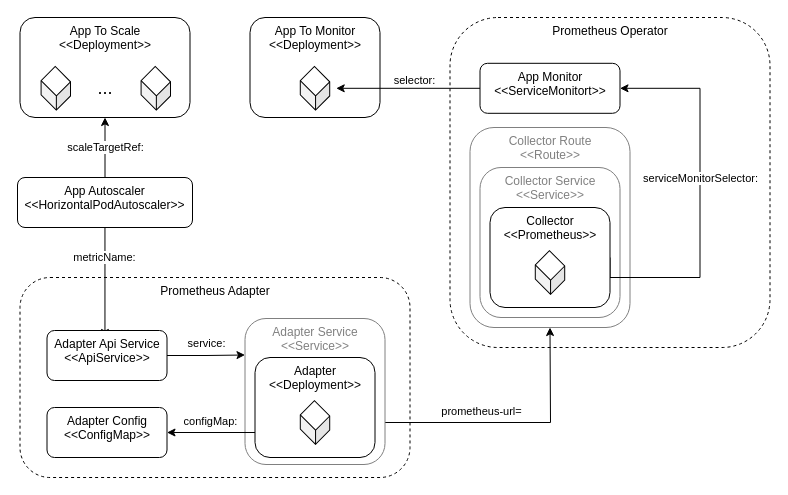
This is Neo4j/Neo4j-Prometheus/Documentation/CustomMetricAutoscaling.drawio from faber03/ProjectTesi, a draw.io file, before an edit. Source tidied: cells renumbered, new cells numbered last; positions are measured from the earlier drawing's top-left corner, leaving out a move shared by most shapes. Both pictures are drawn from the tidied source at 100%, with x=0, y=0 at pixel (17, 17).
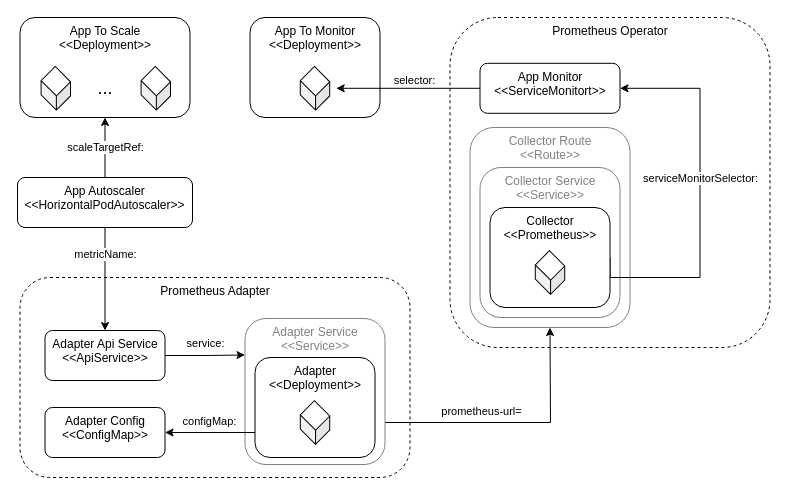
The same page after the edit.

Unchanged cells that the change refers to:
```xml
<mxCell id="16" value="App Autoscaler&lt;br&gt;&amp;lt;&amp;lt;HorizontalPodAutoscaler&amp;gt;&amp;gt;" style="rounded=1;whiteSpace=wrap;html=1;verticalAlign=top;" parent="1" vertex="1">
  <mxGeometry y="160" width="175" height="50" as="geometry" />
</mxCell>
```

Change to the diagram source:
```diff
@@
+    <mxCell id="10" value="Prometheus Adapter" style="rounded=1;whiteSpace=wrap;html=1;verticalAlign=top;dashed=1;" parent="1" vertex="1">
+      <mxGeometry x="2.5" y="260" width="390" height="200" as="geometry" />
+    </mxCell>
@@
-    <mxCell id="10" value="Prometheus Adapter" style="rounded=1;whiteSpace=wrap;html=1;verticalAlign=top;dashed=1;" parent="1" vertex="1">
-      <mxGeometry x="2.5" y="260" width="390" height="200" as="geometry" />
-    </mxCell>
@@
-    <mxCell id="15" value="metricName:" style="edgeStyle=orthogonalEdgeStyle;rounded=0;jettySize=auto;html=1;entryX=0.483;entryY=0.14;entryDx=0;entryDy=0;entryPerimeter=0;" parent="1" edge="1" source="16" target="32">
+    <mxCell id="15" value="metricName:" style="edgeStyle=orthogonalEdgeStyle;rounded=0;jettySize=auto;html=1;entryX=0.5;entryY=0;entryDx=0;entryDy=0;" parent="1" edge="1" source="16" target="32">
       <mxGeometry as="geometry">
         <mxPoint y="-25" as="offset" />
       </mxGeometry>
     </mxCell>
@@
     <mxCell id="29" value="Adapter Config&lt;br&gt;&amp;lt;&amp;lt;ConfigMap&amp;gt;&amp;gt;" style="rounded=1;whiteSpace=wrap;html=1;verticalAlign=top;" parent="1" vertex="1">
-      <mxGeometry x="29.5" y="390" width="120" height="50" as="geometry" />
+      <mxGeometry x="27.5" y="390" width="120" height="50" as="geometry" />
     </mxCell>
@@
     <mxCell id="32" value="Adapter Api Service&lt;br&gt;&amp;lt;&amp;lt;ApiService&amp;gt;&amp;gt;" style="rounded=1;whiteSpace=wrap;html=1;verticalAlign=top;" parent="1" vertex="1">
-      <mxGeometry x="29.5" y="313" width="120" height="50" as="geometry" />
+      <mxGeometry x="27.5" y="313" width="120" height="50" as="geometry" />
     </mxCell>
```
